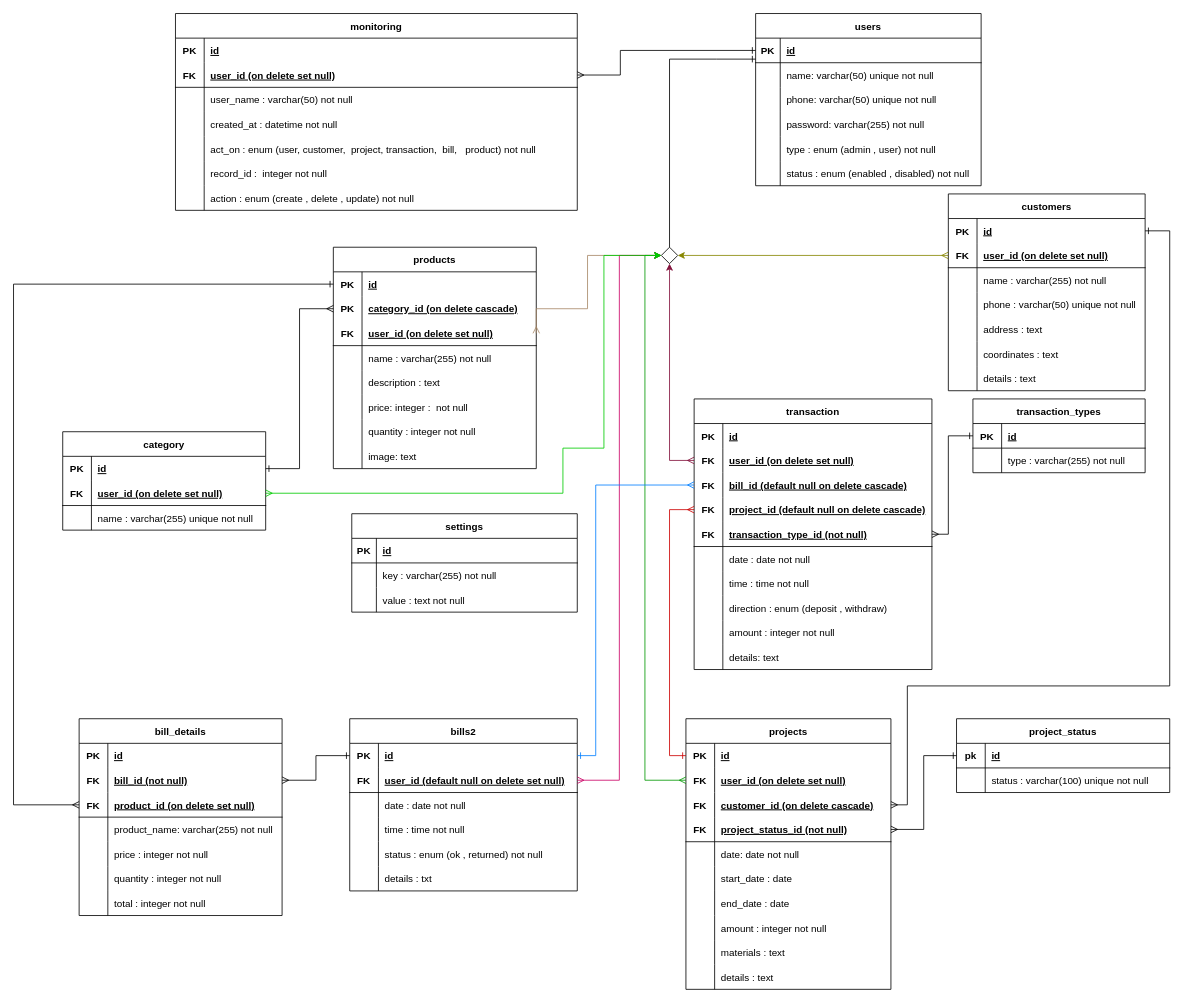
Above: page "Schema" (2 of 2) of Diagrams/drawio/ModernHouse.drawio in khaledfathi/ModernHouse (draw.io), before the change. Source tidied: cells renumbered, new cells numbered last; positions are measured from the earlier drawing's top-left corner, leaving out a move shared by most shapes. Both pictures are drawn from the tidied source at 82%, with x=0, y=0 at pixel (13, 13).
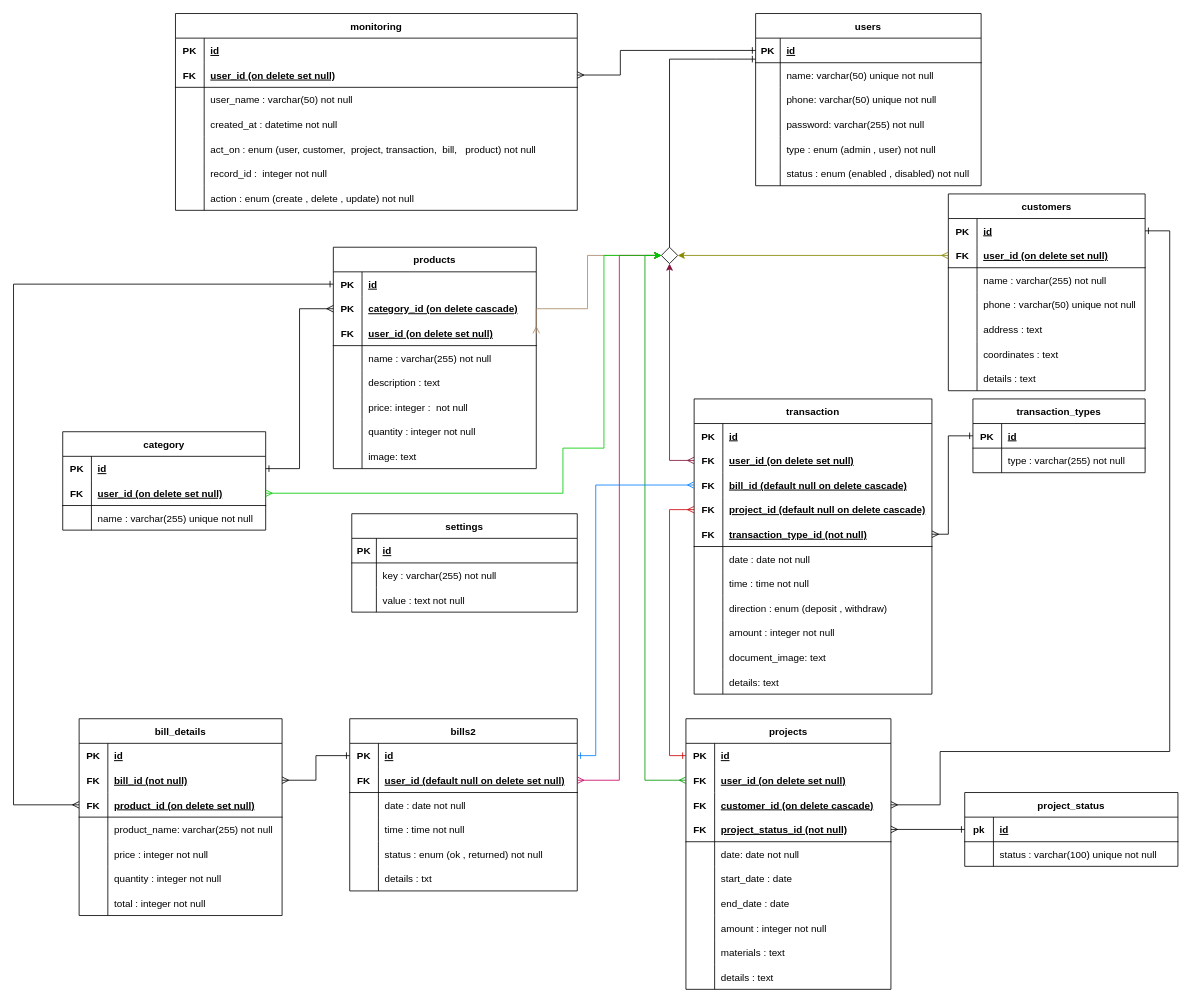
After the change.

Unchanged cells that the change refers to:
```xml
<mxCell id="123" style="shape=tableRow;horizontal=0;startSize=0;swimlaneHead=0;swimlaneBody=0;fillColor=none;points=[[0,0.5],[1,0.5]];portConstraint=eastwest;top=0;left=0;right=0;bottom=0;" parent="116" vertex="1">
  <mxGeometry y="90" width="250" height="30" as="geometry" />
</mxCell>
<mxCell id="155" style="shape=tableRow;horizontal=0;startSize=0;swimlaneHead=0;swimlaneBody=0;fillColor=none;points=[[0,0.5],[1,0.5]];portConstraint=eastwest;top=0;left=0;right=0;bottom=0;" parent="154" vertex="1">
  <mxGeometry y="30" width="240" height="30" as="geometry" />
</mxCell>
```

Change to the diagram source:
```diff
@@
     <mxCell id="2" value="transaction" style="shape=table;startSize=30;childLayout=tableLayout;rowLines=0;fontStyle=1;align=center;" parent="1" vertex="1">
-      <mxGeometry x="830" y="470" width="290" height="330" as="geometry" />
+      <mxGeometry x="830" y="470" width="290" height="360" as="geometry" />
     </mxCell>
@@
+    <mxCell id="244" style="shape=tableRow;horizontal=0;startSize=0;swimlaneHead=0;swimlaneBody=0;fillColor=none;top=0;left=0;right=0;bottom=0;" parent="2" vertex="1">
+      <mxGeometry y="300" width="290" height="30" as="geometry" />
+    </mxCell>
+    <mxCell id="245" style="shape=partialRectangle;fillColor=none;top=0;left=0;bottom=0;right=0;overflow=hidden;" parent="244" vertex="1">
+      <mxGeometry width="35" height="30" as="geometry" />
+    </mxCell>
+    <mxCell id="246" value="document_image: text" style="shape=partialRectangle;fillColor=none;top=0;left=0;bottom=0;right=0;align=left;spacingLeft=6;overflow=hidden;" parent="244" vertex="1">
+      <mxGeometry x="35" width="255" height="30" as="geometry" />
+    </mxCell>
     <mxCell id="30" style="shape=tableRow;horizontal=0;startSize=0;swimlaneHead=0;swimlaneBody=0;fillColor=none;top=0;left=0;right=0;bottom=0;" parent="2" vertex="1">
-      <mxGeometry y="300" width="290" height="30" as="geometry" />
+      <mxGeometry y="330" width="290" height="30" as="geometry" />
     </mxCell>
@@
     <mxCell id="147" value="project_status" style="shape=table;startSize=30;childLayout=tableLayout;rowLines=0;fontStyle=1;align=center;" parent="1" vertex="1">
-      <mxGeometry x="1150" y="860" width="260" height="90" as="geometry" />
+      <mxGeometry x="1160" y="950" width="260" height="90" as="geometry" />
     </mxCell>
@@
     <mxCell id="230" style="edgeStyle=orthogonalEdgeStyle;rounded=0;jettySize=auto;html=1;strokeColor=#000000;startArrow=ERmany;startFill=0;endArrow=ERone;endFill=0;entryX=1;entryY=0.5;entryDx=0;entryDy=0;" parent="1" edge="1" source="123" target="155">
       <mxGeometry relative="1" as="geometry">
         <Array as="points">
-          <mxPoint x="1090" y="965" />
-          <mxPoint x="1090" y="820" />
-          <mxPoint x="1410" y="820" />
+          <mxPoint x="1130" y="965" />
+          <mxPoint x="1130" y="900" />
+          <mxPoint x="1410" y="900" />
           <mxPoint x="1410" y="265" />
         </Array>
       </mxGeometry>
     </mxCell>
```
